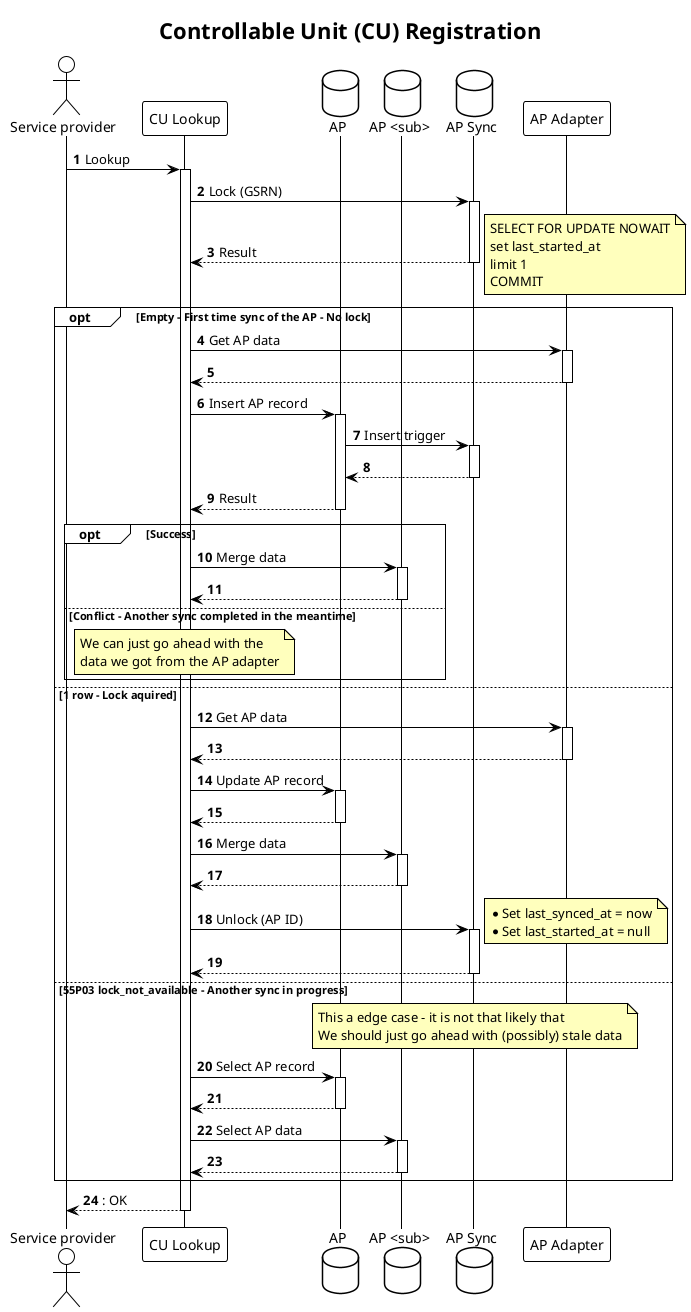
elhub/flex-information-system keeps this PlantUML diagram as docs/diagrams/accounting-point-sync-lookup.png. Above is the earlier version.
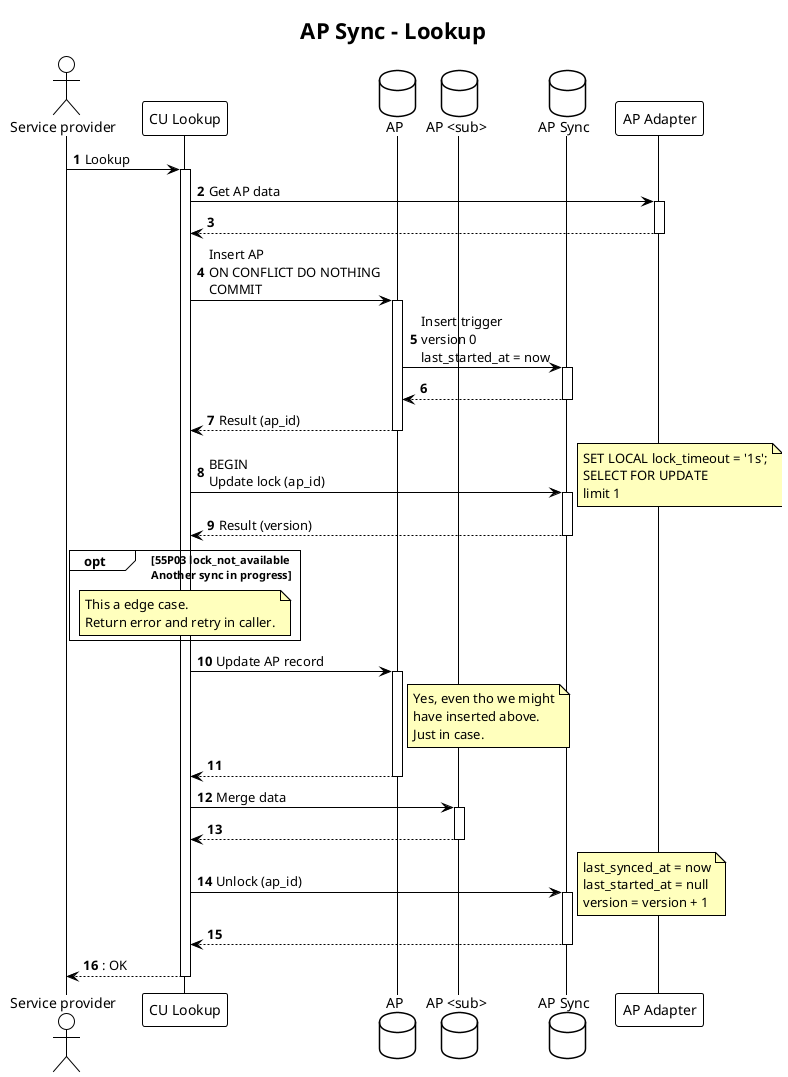
The same diagram one commit later.

Commit message:
fix: a simpler take on lookup (FLEX-1068)

The edit, as a diff of the source:
```diff
@@ -1,7 +1,7 @@
 @startuml accounting-point-sync-lookup
 !theme plain
 
-title Controllable Unit (CU) Registration
+title AP Sync - Lookup
 
 autonumber
 autoactivate on
@@ -17,57 +17,47 @@
 participant "AP Adapter" as APA
 
 SP -> CUL: Lookup
-CUL -> APS: Lock (GSRN)
-return Result
 
+CUL -> APA: Get AP data
+return
+
+CUL -> AP: Insert AP\nON CONFLICT DO NOTHING\nCOMMIT
+AP -> APS: Insert trigger\nversion 0\nlast_started_at = now
+return
+return Result (ap_id)
+
+CUL -> APS: BEGIN\nUpdate lock (ap_id)
 note right
-    SELECT FOR UPDATE NOWAIT
-    set last_started_at
+    SET LOCAL lock_timeout = '1s';
+    SELECT FOR UPDATE
     limit 1
-    COMMIT
 end note
+return Result (version)
 
-opt Empty - First time sync of the AP - No lock
-    CUL -> APA: Get AP data
-    return
-    CUL -> AP: Insert AP record
-    AP -> APS: Insert trigger
-    return
-    return Result
-    opt Success
-        CUL -> APSUB: Merge data
-        return
-    else Conflict - Another sync completed in the meantime
-        note over CUL
-            We can just go ahead with the
-            data we got from the AP adapter
-        end note
-    end
+opt 55P03 lock_not_available\nAnother sync in progress
+    note over CUL
+        This a edge case.
+        Return error and retry in caller.
+    end note
+end
 
-else 1 row - Lock aquired
-    CUL -> APA: Get AP data
-    return
-    CUL -> AP: Update AP record
-    return
-    CUL -> APSUB: Merge data
-    return
+CUL -> AP: Update AP record
+note right of AP
+    Yes, even tho we might
+    have inserted above.
+    Just in case.
+end note
+return
+CUL -> APSUB: Merge data
+return
 
-    CUL -> APS: Unlock (AP ID)
-    note right
-        * Set last_synced_at = now
-        * Set last_started_at = null
-    end note
-    return
-else  55P03 lock_not_available - Another sync in progress
-    note over APS
-        This a edge case - it is not that likely that
-        We should just go ahead with (possibly) stale data
-    end note
-    CUL -> AP: Select AP record
-    return
-    CUL -> APSUB: Select AP data
-    return
-end
+CUL -> APS: Unlock (ap_id)
+note right
+    last_synced_at = now
+    last_started_at = null
+    version = version + 1
+end note
+return
 
 return: OK
 
```
